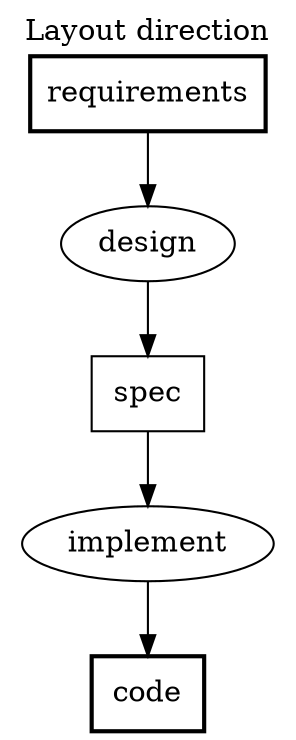
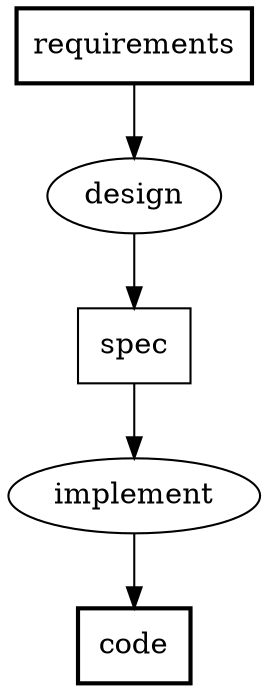
digraph PFDSL {
  rankdir=TB;
  newrank=true;
-   label="Layout direction";
-   labelloc="t";

  "code" [shape=box, label="code", penwidth="2"];
  "design" [shape=ellipse, label="design"];
  "implement" [shape=ellipse, label="implement"];
  "requirements" [shape=box, label="requirements", penwidth="2"];
  "spec" [shape=box, label="spec"];

  "requirements" -> "design";
  "design" -> "spec";
  "spec" -> "implement";
  "implement" -> "code";
}
